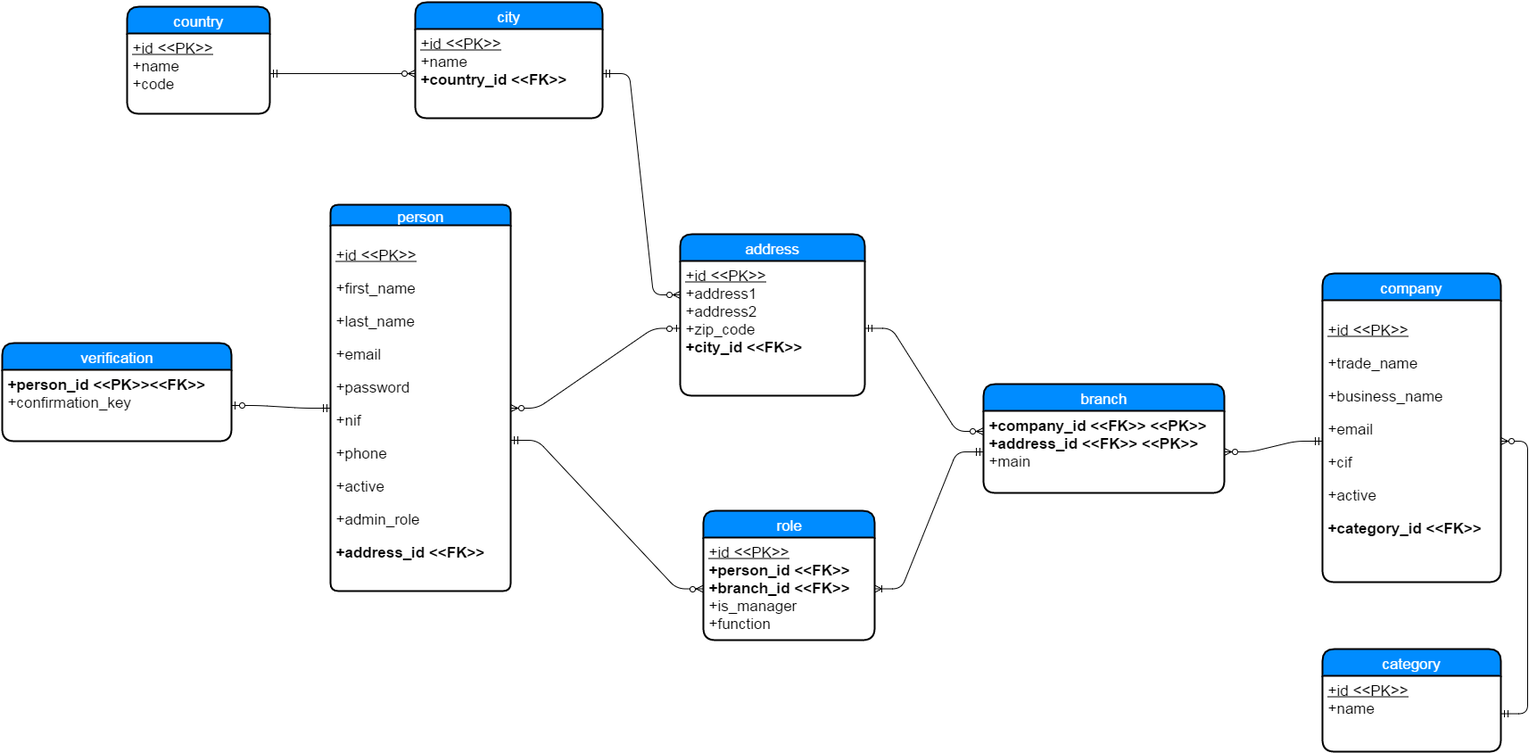
Before: project_documentation/database/Entity-Relation Diagram.png, a diagram exported from draw.io (malkomich/busy). Source tidied: cells renumbered, new cells last; positions are measured from the earlier drawing's top-left corner, leaving out a move shared by most shapes. Source of this version:
```xml
<mxGraphModel background="#ffffff">
  <root>
    <mxCell id="0" style="html=1;" />
    <mxCell id="1" style="html=1;" parent="0" />
    <mxCell id="2" style="edgeStyle=entityRelationEdgeStyle;html=1;endArrow=ERoneToMany;startArrow=ERmandOne;fontColor=#003366;" parent="1" edge="1" source="24" target="15">
      <mxGeometry relative="1" as="geometry" />
    </mxCell>
    <mxCell id="3" value="person" style="swimlane;html=1;horizontal=1;startSize=23;fillColor=#008cff;fontColor=#FFFFFF;rounded=1;fontSize=17;fontStyle=0;strokeWidth=2;shadow=0;dashed=0;align=center;arcSize=13;" parent="1" vertex="1">
      <mxGeometry x="368" y="227" width="202" height="433" as="geometry" />
    </mxCell>
    <mxCell id="4" value="&lt;p&gt;&lt;span style=&quot;line-height: 1.2&quot;&gt;&lt;u&gt;+id &amp;lt;&amp;lt;PK&amp;gt;&amp;gt;&lt;/u&gt;&lt;/span&gt;&lt;/p&gt;&lt;p&gt;&lt;span style=&quot;line-height: 1.2&quot;&gt;+first_name&lt;/span&gt;&lt;br&gt;&lt;/p&gt;&lt;p&gt;+last_name&lt;/p&gt;&lt;p&gt;+email&lt;/p&gt;&lt;p&gt;+password&lt;/p&gt;&lt;p&gt;+nif&lt;/p&gt;&lt;p&gt;&lt;span style=&quot;line-height: 1.2&quot;&gt;+phone&lt;/span&gt;&lt;br&gt;&lt;/p&gt;&lt;p&gt;&lt;span&gt;+active&lt;/span&gt;&lt;/p&gt;&lt;p&gt;&lt;span style=&quot;line-height: 1.2&quot;&gt;+admin_role&lt;/span&gt;&lt;br&gt;&lt;/p&gt;&lt;p&gt;&lt;span style=&quot;line-height: 1.2&quot;&gt;&lt;b&gt;+address_id &amp;lt;&amp;lt;FK&amp;gt;&amp;gt;&lt;/b&gt;&lt;/span&gt;&lt;/p&gt;" style="whiteSpace=wrap;html=1;align=left;strokeColor=none;fillColor=none;spacingLeft=4;fontSize=17;verticalAlign=top;" parent="3" vertex="1">
      <mxGeometry y="23" width="202" height="410" as="geometry" />
    </mxCell>
    <mxCell id="5" style="edgeStyle=entityRelationEdgeStyle;html=1;endArrow=ERzeroToMany;startArrow=ERmandOne;fontColor=#003366;exitX=1;exitY=0.589;exitPerimeter=0;" parent="1" edge="1" source="4" target="15">
      <mxGeometry relative="1" as="geometry" />
    </mxCell>
    <mxCell id="6" style="edgeStyle=entityRelationEdgeStyle;html=1;endArrow=ERzeroToMany;startArrow=ERmandOne;fontSize=17;fontColor=#FFFFFF;entryX=0;entryY=0.5;" parent="1" edge="1" source="26" target="28">
      <mxGeometry relative="1" as="geometry" />
    </mxCell>
    <mxCell id="7" style="edgeStyle=entityRelationEdgeStyle;html=1;endArrow=ERzeroToMany;startArrow=ERmandOne;fontSize=17;fontColor=#FFFFFF;entryX=0;entryY=0.25;" parent="1" edge="1" source="17" target="24">
      <mxGeometry relative="1" as="geometry" />
    </mxCell>
    <mxCell id="8" style="edgeStyle=entityRelationEdgeStyle;html=1;endArrow=ERzeroToOne;startArrow=ERmandOne;" parent="1" edge="1" source="4" target="13">
      <mxGeometry relative="1" as="geometry" />
    </mxCell>
    <mxCell id="9" style="edgeStyle=entityRelationEdgeStyle;html=1;endArrow=ERzeroToMany;startArrow=ERzeroToOne;" parent="1" edge="1" source="17" target="4">
      <mxGeometry relative="1" as="geometry" />
    </mxCell>
    <mxCell id="10" style="edgeStyle=entityRelationEdgeStyle;html=1;endArrow=ERzeroToMany;startArrow=ERmandOne;" parent="1" edge="1" source="20" target="24">
      <mxGeometry relative="1" as="geometry" />
    </mxCell>
    <mxCell id="11" style="edgeStyle=entityRelationEdgeStyle;html=1;endArrow=ERzeroToMany;startArrow=ERmandOne;" parent="1" edge="1" source="22" target="20">
      <mxGeometry relative="1" as="geometry" />
    </mxCell>
    <mxCell id="12" value="verification" style="swimlane;html=1;horizontal=1;startSize=30;fillColor=#008cff;fontColor=#FFFFFF;rounded=1;fontSize=17;fontStyle=0;strokeWidth=2;shadow=0;dashed=0;align=center;" parent="1" vertex="1">
      <mxGeometry y="382" width="257" height="110" as="geometry" />
    </mxCell>
    <mxCell id="13" value="&lt;div&gt;&lt;b&gt;+person_id &amp;lt;&amp;lt;PK&amp;gt;&amp;gt;&amp;lt;&amp;lt;FK&amp;gt;&amp;gt;&lt;/b&gt;&lt;/div&gt;&lt;div&gt;+confirmation_key&lt;/div&gt;" style="whiteSpace=wrap;html=1;align=left;strokeColor=none;fillColor=none;spacingLeft=4;fontSize=17;verticalAlign=top;" parent="12" vertex="1">
      <mxGeometry y="30" width="257" height="80" as="geometry" />
    </mxCell>
    <mxCell id="14" value="role" style="swimlane;html=1;horizontal=1;startSize=30;fillColor=#008cff;fontColor=#FFFFFF;rounded=1;fontSize=17;fontStyle=0;strokeWidth=2;shadow=0;dashed=0;align=center;" parent="1" vertex="1">
      <mxGeometry x="786" y="570" width="192" height="145" as="geometry" />
    </mxCell>
    <mxCell id="15" value="&lt;div&gt;&lt;u&gt;+id &amp;lt;&amp;lt;PK&amp;gt;&amp;gt;&lt;/u&gt;&lt;/div&gt;&lt;div&gt;&lt;b&gt;+person_id &amp;lt;&amp;lt;FK&amp;gt;&amp;gt;&lt;/b&gt;&lt;/div&gt;&lt;div&gt;&lt;b&gt;+branch_id &amp;lt;&amp;lt;FK&amp;gt;&amp;gt;&lt;/b&gt;&lt;/div&gt;&lt;div&gt;+is_manager&lt;/div&gt;&lt;div&gt;+function&lt;/div&gt;" style="whiteSpace=wrap;html=1;align=left;strokeColor=none;fillColor=none;spacingLeft=4;fontSize=17;verticalAlign=top;" parent="14" vertex="1">
      <mxGeometry y="30" width="192" height="115" as="geometry" />
    </mxCell>
    <mxCell id="16" value="address" style="swimlane;html=1;horizontal=1;startSize=30;fillColor=#008cff;fontColor=#FFFFFF;rounded=1;fontSize=17;fontStyle=0;strokeWidth=2;shadow=0;dashed=0;align=center;" parent="1" vertex="1">
      <mxGeometry x="760" y="260" width="207" height="181" as="geometry" />
    </mxCell>
    <mxCell id="17" value="&lt;u&gt;+id &amp;lt;&amp;lt;PK&amp;gt;&amp;gt;&lt;/u&gt;&lt;br&gt;+address1&lt;br&gt;&lt;span&gt;+address2&lt;/span&gt;&lt;br&gt;&lt;div&gt;&lt;span&gt;+zip_code&lt;/span&gt;&lt;/div&gt;&lt;div&gt;&lt;b style=&quot;line-height: 1.2&quot;&gt;+city_id &amp;lt;&amp;lt;FK&amp;gt;&amp;gt;&lt;/b&gt;&lt;br&gt;&lt;/div&gt;" style="whiteSpace=wrap;html=1;align=left;strokeColor=none;fillColor=none;spacingLeft=4;fontSize=17;verticalAlign=top;" parent="16" vertex="1">
      <mxGeometry y="30" width="207" height="151" as="geometry" />
    </mxCell>
    <mxCell id="18" style="edgeStyle=entityRelationEdgeStyle;html=1;endArrow=ERzeroToMany;startArrow=ERmandOne;entryX=0;entryY=0.25;" parent="1" edge="1" source="28" target="17">
      <mxGeometry relative="1" as="geometry" />
    </mxCell>
    <mxCell id="19" value="company" style="swimlane;html=1;horizontal=1;startSize=30;fillColor=#008cff;fontColor=#FFFFFF;rounded=1;fontSize=17;fontStyle=0;strokeWidth=2;shadow=0;dashed=0;align=center;" parent="1" vertex="1">
      <mxGeometry x="1480" y="304" width="200" height="346" as="geometry" />
    </mxCell>
    <mxCell id="20" value="&lt;p&gt;&lt;span style=&quot;line-height: 1.2&quot;&gt;&lt;u&gt;+id &amp;lt;&amp;lt;PK&amp;gt;&amp;gt;&lt;/u&gt;&lt;/span&gt;&lt;/p&gt;&lt;p&gt;&lt;span style=&quot;line-height: 1.2&quot;&gt;+trade_name&lt;/span&gt;&lt;br&gt;&lt;/p&gt;&lt;p&gt;&lt;span style=&quot;line-height: 1.2&quot;&gt;+business_name&lt;/span&gt;&lt;/p&gt;&lt;p&gt;&lt;span style=&quot;line-height: 1.2&quot;&gt;+email&lt;/span&gt;&lt;/p&gt;&lt;p&gt;&lt;span style=&quot;line-height: 1.2&quot;&gt;+cif&lt;/span&gt;&lt;/p&gt;&lt;p&gt;&lt;span style=&quot;line-height: 1.2&quot;&gt;+active&lt;/span&gt;&lt;br&gt;&lt;/p&gt;&lt;p&gt;&lt;span style=&quot;line-height: 1.2&quot;&gt;&lt;b&gt;+category_id &amp;lt;&amp;lt;FK&amp;gt;&amp;gt;&lt;/b&gt;&lt;/span&gt;&lt;/p&gt;" style="whiteSpace=wrap;html=1;align=left;strokeColor=none;fillColor=none;spacingLeft=4;fontSize=17;verticalAlign=top;" parent="19" vertex="1">
      <mxGeometry y="30" width="200" height="316" as="geometry" />
    </mxCell>
    <mxCell id="21" value="category" style="swimlane;html=1;horizontal=1;startSize=30;fillColor=#008cff;fontColor=#FFFFFF;rounded=1;fontSize=17;fontStyle=0;strokeWidth=2;shadow=0;dashed=0;align=center;" parent="1" vertex="1">
      <mxGeometry x="1480" y="725" width="200" height="115" as="geometry" />
    </mxCell>
    <mxCell id="22" value="&lt;u&gt;+id &amp;lt;&amp;lt;PK&amp;gt;&amp;gt;&lt;/u&gt;&lt;div&gt;+name&lt;/div&gt;" style="whiteSpace=wrap;html=1;align=left;strokeColor=none;fillColor=none;spacingLeft=4;fontSize=17;verticalAlign=top;" parent="21" vertex="1">
      <mxGeometry y="30" width="200" height="85" as="geometry" />
    </mxCell>
    <mxCell id="23" value="branch" style="swimlane;html=1;horizontal=1;startSize=30;fillColor=#008cff;fontColor=#FFFFFF;rounded=1;fontSize=17;fontStyle=0;strokeWidth=2;shadow=0;dashed=0;align=center;" parent="1" vertex="1">
      <mxGeometry x="1100" y="428" width="270" height="122" as="geometry" />
    </mxCell>
    <mxCell id="24" value="&lt;b&gt;+company_id &amp;lt;&amp;lt;FK&amp;gt;&amp;gt; &amp;lt;&amp;lt;PK&amp;gt;&amp;gt;&lt;/b&gt;&lt;br&gt;&lt;b&gt;+address_id &amp;lt;&amp;lt;FK&amp;gt;&amp;gt; &amp;lt;&amp;lt;PK&amp;gt;&amp;gt;&lt;/b&gt;&lt;br&gt;&lt;div&gt;+main&lt;/div&gt;" style="whiteSpace=wrap;html=1;align=left;strokeColor=none;fillColor=none;spacingLeft=4;fontSize=17;verticalAlign=top;" parent="23" vertex="1">
      <mxGeometry y="30" width="270" height="92" as="geometry" />
    </mxCell>
    <mxCell id="25" value="country" style="swimlane;html=1;horizontal=1;startSize=30;fillColor=#008cff;fontColor=#FFFFFF;rounded=1;fontSize=17;fontStyle=0;strokeWidth=2;shadow=0;dashed=0;align=center;" parent="1" vertex="1">
      <mxGeometry x="140" y="5" width="160" height="120" as="geometry" />
    </mxCell>
    <mxCell id="26" value="&lt;u&gt;+id &amp;lt;&amp;lt;PK&amp;gt;&amp;gt;&lt;/u&gt;&lt;div&gt;+name&lt;/div&gt;&lt;div&gt;+code&lt;/div&gt;" style="whiteSpace=wrap;html=1;align=left;strokeColor=none;fillColor=none;spacingLeft=4;fontSize=17;verticalAlign=top;" parent="25" vertex="1">
      <mxGeometry y="30" width="160" height="90" as="geometry" />
    </mxCell>
    <mxCell id="27" value="city" style="swimlane;html=1;horizontal=1;startSize=30;fillColor=#008cff;fontColor=#FFFFFF;rounded=1;fontSize=17;fontStyle=0;strokeWidth=2;shadow=0;dashed=0;align=center;" parent="1" vertex="1">
      <mxGeometry x="463" width="210" height="130" as="geometry" />
    </mxCell>
    <mxCell id="28" value="&lt;u&gt;+id &amp;lt;&amp;lt;PK&amp;gt;&amp;gt;&lt;/u&gt;&lt;div&gt;+name&lt;/div&gt;&lt;div&gt;&lt;b&gt;+country_id &amp;lt;&amp;lt;FK&amp;gt;&amp;gt;&lt;/b&gt;&lt;/div&gt;&lt;div&gt;&lt;br&gt;&lt;/div&gt;" style="whiteSpace=wrap;html=1;align=left;strokeColor=none;fillColor=none;spacingLeft=4;fontSize=17;verticalAlign=top;" parent="27" vertex="1">
      <mxGeometry y="30" width="210" height="100" as="geometry" />
    </mxCell>
  </root>
</mxGraphModel>
```
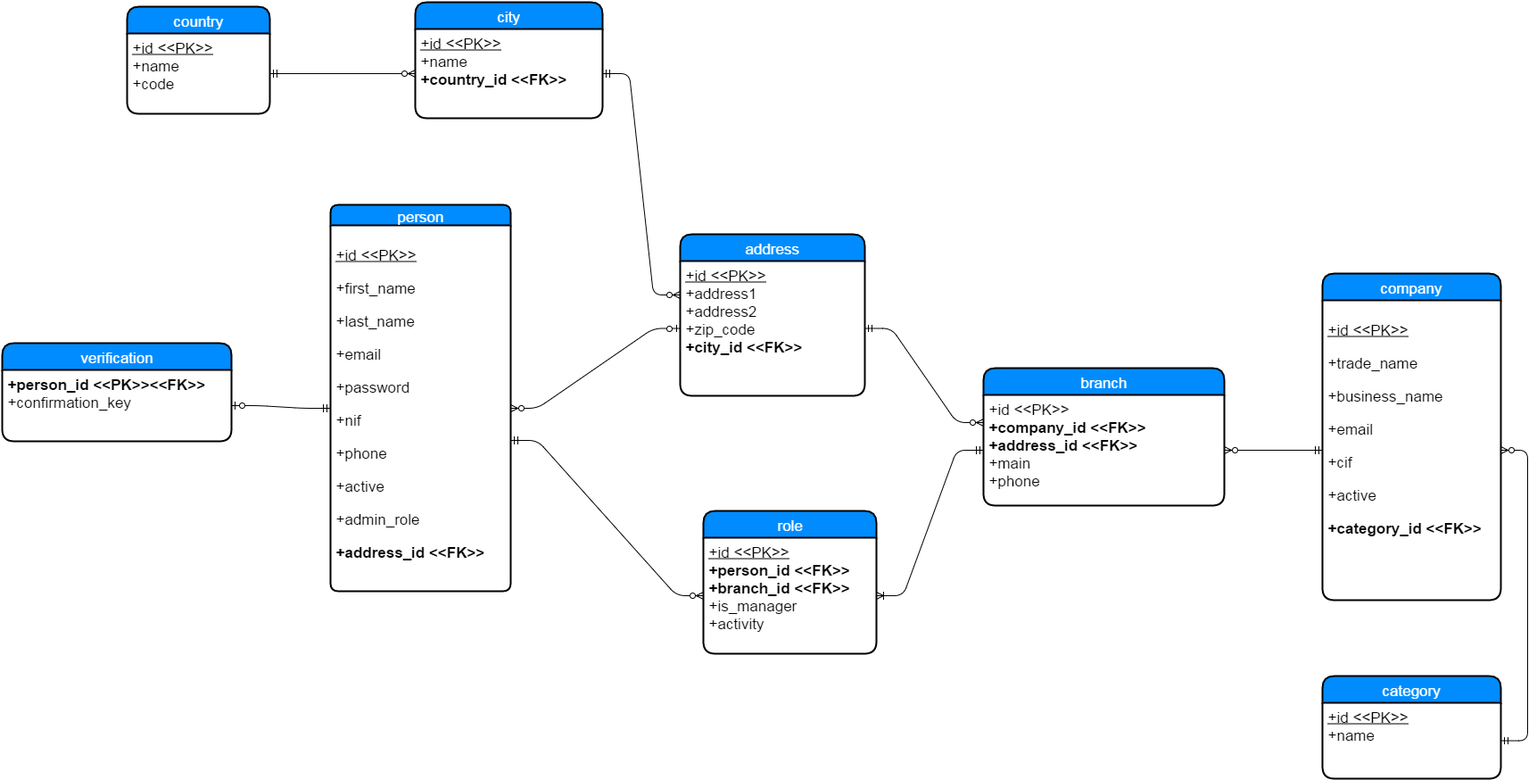
Later version of the same file.

What changed in the source:
```diff
@@ -39,10 +39,10 @@
       <mxGeometry y="30" width="257" height="80" as="geometry" />
     </mxCell>
     <mxCell id="14" value="role" style="swimlane;html=1;horizontal=1;startSize=30;fillColor=#008cff;fontColor=#FFFFFF;rounded=1;fontSize=17;fontStyle=0;strokeWidth=2;shadow=0;dashed=0;align=center;" parent="1" vertex="1">
-      <mxGeometry x="786" y="570" width="192" height="145" as="geometry" />
+      <mxGeometry x="786" y="570" width="194" height="160" as="geometry" />
     </mxCell>
-    <mxCell id="15" value="&lt;div&gt;&lt;u&gt;+id &amp;lt;&amp;lt;PK&amp;gt;&amp;gt;&lt;/u&gt;&lt;/div&gt;&lt;div&gt;&lt;b&gt;+person_id &amp;lt;&amp;lt;FK&amp;gt;&amp;gt;&lt;/b&gt;&lt;/div&gt;&lt;div&gt;&lt;b&gt;+branch_id &amp;lt;&amp;lt;FK&amp;gt;&amp;gt;&lt;/b&gt;&lt;/div&gt;&lt;div&gt;+is_manager&lt;/div&gt;&lt;div&gt;+function&lt;/div&gt;" style="whiteSpace=wrap;html=1;align=left;strokeColor=none;fillColor=none;spacingLeft=4;fontSize=17;verticalAlign=top;" parent="14" vertex="1">
-      <mxGeometry y="30" width="192" height="115" as="geometry" />
+    <mxCell id="15" value="&lt;div&gt;&lt;u&gt;+id &amp;lt;&amp;lt;PK&amp;gt;&amp;gt;&lt;/u&gt;&lt;/div&gt;&lt;div&gt;&lt;b&gt;+person_id &amp;lt;&amp;lt;FK&amp;gt;&amp;gt;&lt;/b&gt;&lt;/div&gt;&lt;div&gt;&lt;b&gt;+branch_id &amp;lt;&amp;lt;FK&amp;gt;&amp;gt;&lt;/b&gt;&lt;/div&gt;&lt;div&gt;+is_manager&lt;/div&gt;&lt;div&gt;+activity&lt;/div&gt;" style="whiteSpace=wrap;html=1;align=left;strokeColor=none;fillColor=none;spacingLeft=4;fontSize=17;verticalAlign=top;" parent="14" vertex="1">
+      <mxGeometry y="30" width="194" height="130" as="geometry" />
     </mxCell>
     <mxCell id="16" value="address" style="swimlane;html=1;horizontal=1;startSize=30;fillColor=#008cff;fontColor=#FFFFFF;rounded=1;fontSize=17;fontStyle=0;strokeWidth=2;shadow=0;dashed=0;align=center;" parent="1" vertex="1">
       <mxGeometry x="760" y="260" width="207" height="181" as="geometry" />
@@ -54,22 +54,22 @@
       <mxGeometry relative="1" as="geometry" />
     </mxCell>
     <mxCell id="19" value="company" style="swimlane;html=1;horizontal=1;startSize=30;fillColor=#008cff;fontColor=#FFFFFF;rounded=1;fontSize=17;fontStyle=0;strokeWidth=2;shadow=0;dashed=0;align=center;" parent="1" vertex="1">
-      <mxGeometry x="1480" y="304" width="200" height="346" as="geometry" />
+      <mxGeometry x="1480" y="304" width="200" height="366" as="geometry" />
     </mxCell>
     <mxCell id="20" value="&lt;p&gt;&lt;span style=&quot;line-height: 1.2&quot;&gt;&lt;u&gt;+id &amp;lt;&amp;lt;PK&amp;gt;&amp;gt;&lt;/u&gt;&lt;/span&gt;&lt;/p&gt;&lt;p&gt;&lt;span style=&quot;line-height: 1.2&quot;&gt;+trade_name&lt;/span&gt;&lt;br&gt;&lt;/p&gt;&lt;p&gt;&lt;span style=&quot;line-height: 1.2&quot;&gt;+business_name&lt;/span&gt;&lt;/p&gt;&lt;p&gt;&lt;span style=&quot;line-height: 1.2&quot;&gt;+email&lt;/span&gt;&lt;/p&gt;&lt;p&gt;&lt;span style=&quot;line-height: 1.2&quot;&gt;+cif&lt;/span&gt;&lt;/p&gt;&lt;p&gt;&lt;span style=&quot;line-height: 1.2&quot;&gt;+active&lt;/span&gt;&lt;br&gt;&lt;/p&gt;&lt;p&gt;&lt;span style=&quot;line-height: 1.2&quot;&gt;&lt;b&gt;+category_id &amp;lt;&amp;lt;FK&amp;gt;&amp;gt;&lt;/b&gt;&lt;/span&gt;&lt;/p&gt;" style="whiteSpace=wrap;html=1;align=left;strokeColor=none;fillColor=none;spacingLeft=4;fontSize=17;verticalAlign=top;" parent="19" vertex="1">
-      <mxGeometry y="30" width="200" height="316" as="geometry" />
+      <mxGeometry y="30" width="200" height="336" as="geometry" />
     </mxCell>
     <mxCell id="21" value="category" style="swimlane;html=1;horizontal=1;startSize=30;fillColor=#008cff;fontColor=#FFFFFF;rounded=1;fontSize=17;fontStyle=0;strokeWidth=2;shadow=0;dashed=0;align=center;" parent="1" vertex="1">
-      <mxGeometry x="1480" y="725" width="200" height="115" as="geometry" />
+      <mxGeometry x="1480" y="755" width="200" height="115" as="geometry" />
     </mxCell>
     <mxCell id="22" value="&lt;u&gt;+id &amp;lt;&amp;lt;PK&amp;gt;&amp;gt;&lt;/u&gt;&lt;div&gt;+name&lt;/div&gt;" style="whiteSpace=wrap;html=1;align=left;strokeColor=none;fillColor=none;spacingLeft=4;fontSize=17;verticalAlign=top;" parent="21" vertex="1">
       <mxGeometry y="30" width="200" height="85" as="geometry" />
     </mxCell>
     <mxCell id="23" value="branch" style="swimlane;html=1;horizontal=1;startSize=30;fillColor=#008cff;fontColor=#FFFFFF;rounded=1;fontSize=17;fontStyle=0;strokeWidth=2;shadow=0;dashed=0;align=center;" parent="1" vertex="1">
-      <mxGeometry x="1100" y="428" width="270" height="122" as="geometry" />
+      <mxGeometry x="1100" y="410" width="270" height="154" as="geometry" />
     </mxCell>
-    <mxCell id="24" value="&lt;b&gt;+company_id &amp;lt;&amp;lt;FK&amp;gt;&amp;gt; &amp;lt;&amp;lt;PK&amp;gt;&amp;gt;&lt;/b&gt;&lt;br&gt;&lt;b&gt;+address_id &amp;lt;&amp;lt;FK&amp;gt;&amp;gt; &amp;lt;&amp;lt;PK&amp;gt;&amp;gt;&lt;/b&gt;&lt;br&gt;&lt;div&gt;+main&lt;/div&gt;" style="whiteSpace=wrap;html=1;align=left;strokeColor=none;fillColor=none;spacingLeft=4;fontSize=17;verticalAlign=top;" parent="23" vertex="1">
-      <mxGeometry y="30" width="270" height="92" as="geometry" />
+    <mxCell id="24" value="&lt;div&gt;+id &amp;lt;&amp;lt;PK&amp;gt;&amp;gt;&lt;/div&gt;&lt;b&gt;+company_id &amp;lt;&amp;lt;FK&amp;gt;&amp;gt;&lt;/b&gt;&lt;br&gt;&lt;b&gt;+address_id &amp;lt;&amp;lt;FK&amp;gt;&amp;gt;&lt;/b&gt;&lt;br&gt;&lt;div&gt;+main&lt;/div&gt;&lt;div&gt;&lt;span&gt;+phone&lt;/span&gt;&lt;br&gt;&lt;/div&gt;" style="whiteSpace=wrap;html=1;align=left;strokeColor=none;fillColor=none;spacingLeft=4;fontSize=17;verticalAlign=top;" parent="23" vertex="1">
+      <mxGeometry y="30" width="270" height="124" as="geometry" />
     </mxCell>
     <mxCell id="25" value="country" style="swimlane;html=1;horizontal=1;startSize=30;fillColor=#008cff;fontColor=#FFFFFF;rounded=1;fontSize=17;fontStyle=0;strokeWidth=2;shadow=0;dashed=0;align=center;" parent="1" vertex="1">
       <mxGeometry x="140" y="5" width="160" height="120" as="geometry" />
```
